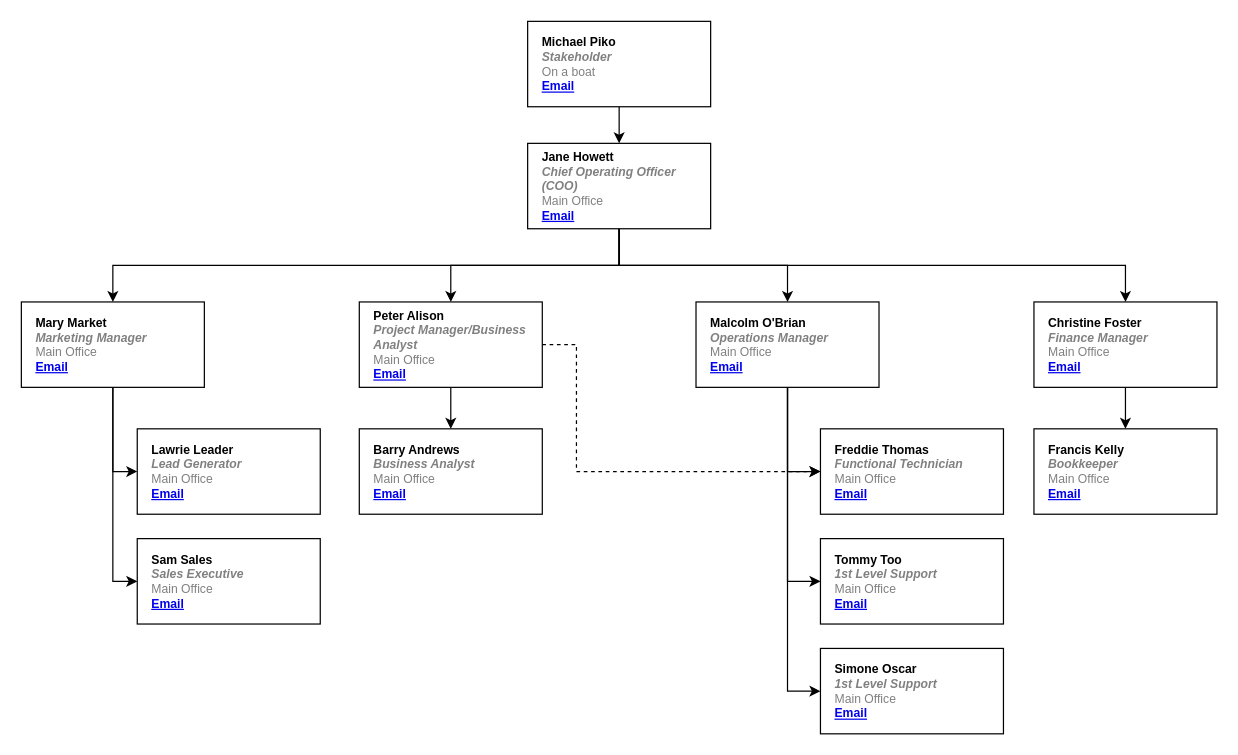
Above: page "Current Org Chart" (1 of 3) of 3. Organisational Chart.drawio in mpiko/cyder3.0 (draw.io), before the change. Source tidied: cells renumbered, new cells numbered last; positions are measured from the earlier drawing's top-left corner, leaving out a move shared by most shapes. Both pictures are drawn from the tidied source at 122%, with x=0, y=0 at pixel (21, 21).
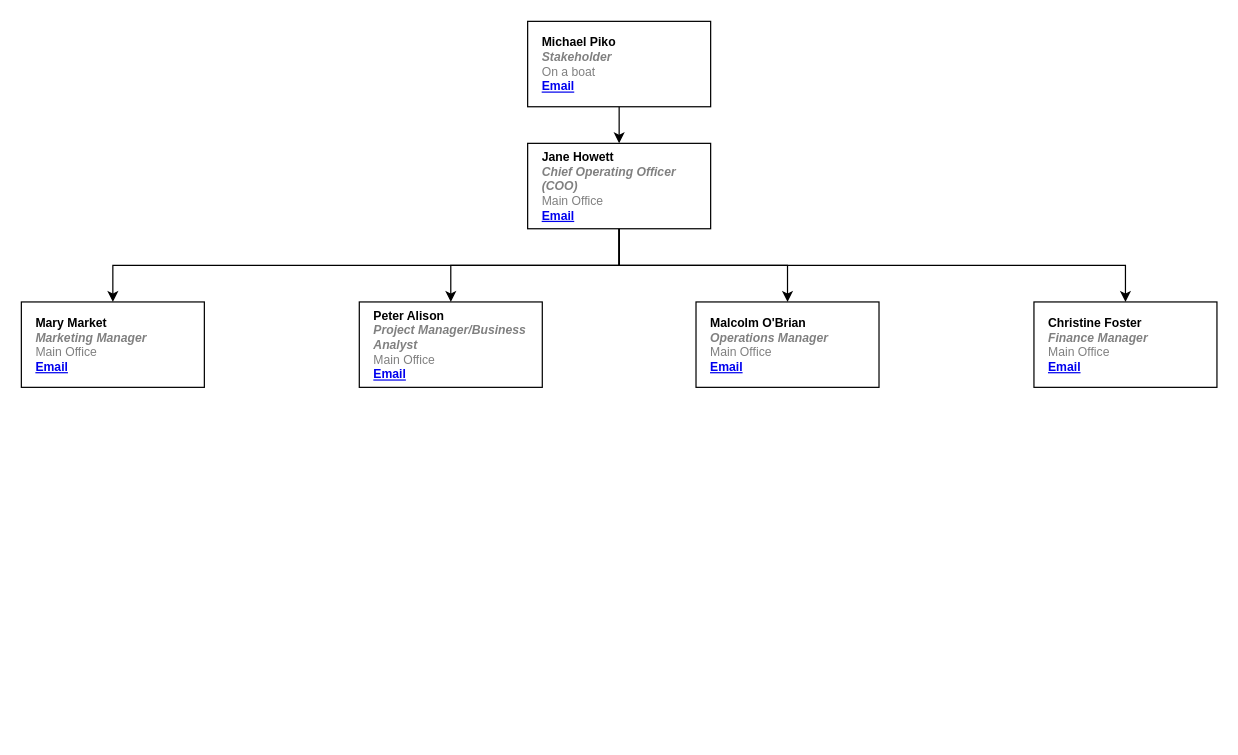
Above is the later version.

Commit message (it also covers changes not shown here):
Automated sync:  D ".$3. Organisational Chart.drawio.dtmp"  M "3. Organisational Chart.drawio" ?? ".$3. Organisational Chart.drawio.bkp"

The edit, as a diff of the source:
```diff
@@
-    <mxCell id="9" style="edgeStyle=orthogonalEdgeStyle;rounded=0;jettySize=auto;html=1;fontSize=10;entryX=0;entryY=0.5;entryDx=0;entryDy=0;" parent="1" edge="1" source="11" target="18">
-      <mxGeometry relative="1" as="geometry" />
-    </mxCell>
-    <mxCell id="10" style="edgeStyle=orthogonalEdgeStyle;rounded=0;jettySize=auto;html=1;fontSize=10;entryX=0;entryY=0.5;entryDx=0;entryDy=0;" parent="1" edge="1" source="11" target="19">
-      <mxGeometry relative="1" as="geometry" />
-    </mxCell>
     <object id="11" label="%name%&lt;br style=&quot;font-size: 10px;&quot;&gt;&lt;i style=&quot;color: gray; font-size: 10px;&quot;&gt;%position%&lt;/i&gt;&lt;div style=&quot;font-size: 10px;&quot;&gt;&lt;font style=&quot;font-size: 10px;&quot; color=&quot;#808080&quot;&gt;&lt;span style=&quot;font-weight: normal; font-size: 10px;&quot;&gt;%location%&lt;/span&gt;&lt;br style=&quot;font-size: 10px;&quot;&gt;&lt;/font&gt;&lt;a style=&quot;font-size: 10px;&quot; href=&quot;mailto:%email%&quot;&gt;Email&lt;/a&gt;&lt;/div&gt;" email="marketing@cyder.com.au" location="Main Office" name="Mary Market" placeholders="1" position="Marketing Manager">
-      <mxCell style="label;whiteSpace=wrap;html=1;rounded=0;glass=0;spacingLeft=10;fontSize=10;" parent="1" vertex="1">
+      <mxCell style="label;whiteSpace=wrap;html=1;rounded=0;glass=0;spacingLeft=10;fontSize=10;" parent="1" vertex="1" collapsed="1">
         <mxGeometry y="230" width="150" height="70" as="geometry" />
       </mxCell>
     </object>
-    <mxCell id="12" style="edgeStyle=orthogonalEdgeStyle;rounded=0;jettySize=auto;html=1;exitX=0.5;exitY=1;exitDx=0;exitDy=0;fontSize=10;entryX=0;entryY=0.5;entryDx=0;entryDy=0;" parent="1" edge="1" source="15" target="23">
-      <mxGeometry relative="1" as="geometry" />
-    </mxCell>
-    <mxCell id="13" style="edgeStyle=orthogonalEdgeStyle;rounded=0;jettySize=auto;html=1;fontSize=10;entryX=0;entryY=0.5;entryDx=0;entryDy=0;" parent="1" edge="1" source="15" target="24">
-      <mxGeometry relative="1" as="geometry" />
-    </mxCell>
-    <mxCell id="14" style="edgeStyle=orthogonalEdgeStyle;rounded=0;jettySize=auto;html=1;fontSize=10;exitX=0.5;exitY=1;exitDx=0;exitDy=0;entryX=0;entryY=0.5;entryDx=0;entryDy=0;" parent="1" edge="1" source="15" target="25">
-      <mxGeometry relative="1" as="geometry" />
-    </mxCell>
     <object id="15" label="%name%&lt;br style=&quot;font-size: 10px;&quot;&gt;&lt;i style=&quot;color: gray; font-size: 10px;&quot;&gt;%position%&lt;/i&gt;&lt;div style=&quot;font-size: 10px;&quot;&gt;&lt;font style=&quot;font-size: 10px;&quot; color=&quot;#808080&quot;&gt;&lt;span style=&quot;font-weight: normal; font-size: 10px;&quot;&gt;%location%&lt;/span&gt;&lt;br style=&quot;font-size: 10px;&quot;&gt;&lt;/font&gt;&lt;a style=&quot;font-size: 10px;&quot; href=&quot;mailto:%email%&quot;&gt;Email&lt;/a&gt;&lt;/div&gt;" email="operations@cyder.com.au" location="Main Office" name="Malcolm O'Brian" placeholders="1" position="Operations Manager">
-      <mxCell style="label;whiteSpace=wrap;html=1;rounded=0;glass=0;spacingLeft=10;fontSize=10;" parent="1" vertex="1">
+      <mxCell style="label;whiteSpace=wrap;html=1;rounded=0;glass=0;spacingLeft=10;fontSize=10;" parent="1" vertex="1" collapsed="1">
         <mxGeometry x="553" y="230" width="150" height="70" as="geometry" />
       </mxCell>
     </object>
-    <mxCell id="16" style="edgeStyle=orthogonalEdgeStyle;rounded=0;jettySize=auto;html=1;" parent="1" edge="1" source="17" target="26">
-      <mxGeometry relative="1" as="geometry" />
-    </mxCell>
     <object id="17" label="%name%&lt;br style=&quot;font-size: 10px;&quot;&gt;&lt;i style=&quot;color: gray; font-size: 10px;&quot;&gt;%position%&lt;/i&gt;&lt;div style=&quot;font-size: 10px;&quot;&gt;&lt;font style=&quot;font-size: 10px;&quot; color=&quot;#808080&quot;&gt;&lt;span style=&quot;font-weight: normal; font-size: 10px;&quot;&gt;%location%&lt;/span&gt;&lt;br style=&quot;font-size: 10px;&quot;&gt;&lt;/font&gt;&lt;a style=&quot;font-size: 10px;&quot; href=&quot;mailto:%email%&quot;&gt;Email&lt;/a&gt;&lt;/div&gt;" email="finance@cyder.com.au" location="Main Office" name="Christine Foster" placeholders="1" position="Finance Manager">
-      <mxCell style="label;whiteSpace=wrap;html=1;rounded=0;glass=0;spacingLeft=10;fontSize=10;" parent="1" vertex="1">
+      <mxCell style="label;whiteSpace=wrap;html=1;rounded=0;glass=0;spacingLeft=10;fontSize=10;" parent="1" vertex="1" collapsed="1">
         <mxGeometry x="830" y="230" width="150" height="70" as="geometry" />
       </mxCell>
     </object>
-    <object id="18" label="%name%&lt;br style=&quot;font-size: 10px;&quot;&gt;&lt;i style=&quot;color: gray; font-size: 10px;&quot;&gt;%position%&lt;/i&gt;&lt;div style=&quot;font-size: 10px;&quot;&gt;&lt;font style=&quot;font-size: 10px;&quot; color=&quot;#808080&quot;&gt;&lt;span style=&quot;font-weight: normal; font-size: 10px;&quot;&gt;%location%&lt;/span&gt;&lt;br style=&quot;font-size: 10px;&quot;&gt;&lt;/font&gt;&lt;a style=&quot;font-size: 10px;&quot; href=&quot;mailto:%email%&quot;&gt;Email&lt;/a&gt;&lt;/div&gt;" email="sales@cyder.com.au" location="Main Office" name="Sam Sales" placeholders="1" position="Sales Executive">
-      <mxCell style="label;whiteSpace=wrap;html=1;rounded=0;glass=0;spacingLeft=10;fontSize=10;" parent="1" vertex="1">
-        <mxGeometry x="95" y="424" width="150" height="70" as="geometry" />
-      </mxCell>
-    </object>
-    <object id="19" label="%name%&lt;br style=&quot;font-size: 10px;&quot;&gt;&lt;i style=&quot;color: gray; font-size: 10px;&quot;&gt;%position%&lt;/i&gt;&lt;div style=&quot;font-size: 10px;&quot;&gt;&lt;font style=&quot;font-size: 10px;&quot; color=&quot;#808080&quot;&gt;&lt;span style=&quot;font-weight: normal; font-size: 10px;&quot;&gt;%location%&lt;/span&gt;&lt;br style=&quot;font-size: 10px;&quot;&gt;&lt;/font&gt;&lt;a style=&quot;font-size: 10px;&quot; href=&quot;mailto:%email%&quot;&gt;Email&lt;/a&gt;&lt;/div&gt;" email="lead@cyder.com.au" location="Main Office" name="Lawrie Leader" placeholders="1" position="Lead Generator">
-      <mxCell style="label;whiteSpace=wrap;html=1;rounded=0;glass=0;spacingLeft=10;fontSize=10;" parent="1" vertex="1">
-        <mxGeometry x="95" y="334" width="150" height="70" as="geometry" />
-      </mxCell>
-    </object>
-    <mxCell id="20" style="edgeStyle=orthogonalEdgeStyle;rounded=0;jettySize=auto;html=1;" parent="1" edge="1" source="22" target="27">
-      <mxGeometry relative="1" as="geometry" />
-    </mxCell>
-    <mxCell id="21" style="edgeStyle=orthogonalEdgeStyle;rounded=0;jettySize=auto;html=1;exitX=1;exitY=0.5;exitDx=0;exitDy=0;entryX=0;entryY=0.5;entryDx=0;entryDy=0;dashed=1;" parent="1" edge="1" source="22" target="25">
-      <mxGeometry relative="1" as="geometry">
-        <Array as="points">
-          <mxPoint x="455" y="265" />
-          <mxPoint x="455" y="369" />
-        </Array>
-      </mxGeometry>
-    </mxCell>
     <object id="22" label="%name%&lt;br style=&quot;font-size: 10px;&quot;&gt;&lt;i style=&quot;color: gray; font-size: 10px;&quot;&gt;%position%&lt;/i&gt;&lt;div style=&quot;font-size: 10px;&quot;&gt;&lt;font style=&quot;font-size: 10px;&quot; color=&quot;#808080&quot;&gt;&lt;span style=&quot;font-weight: normal; font-size: 10px;&quot;&gt;%location%&lt;/span&gt;&lt;br style=&quot;font-size: 10px;&quot;&gt;&lt;/font&gt;&lt;a style=&quot;font-size: 10px;&quot; href=&quot;mailto:%email%&quot;&gt;Email&lt;/a&gt;&lt;/div&gt;" email="projects@cyder.com.au" location="Main Office" name="Peter Alison" placeholders="1" position="Project Manager/Business Analyst">
-      <mxCell style="label;whiteSpace=wrap;html=1;rounded=0;glass=0;spacingLeft=10;fontSize=10;" parent="1" vertex="1">
+      <mxCell style="label;whiteSpace=wrap;html=1;rounded=0;glass=0;spacingLeft=10;fontSize=10;" parent="1" vertex="1" collapsed="1">
         <mxGeometry x="277" y="230" width="150" height="70" as="geometry" />
       </mxCell>
     </object>
-    <object id="23" label="%name%&lt;br style=&quot;font-size: 10px;&quot;&gt;&lt;i style=&quot;color: gray; font-size: 10px;&quot;&gt;%position%&lt;/i&gt;&lt;div style=&quot;font-size: 10px;&quot;&gt;&lt;font style=&quot;font-size: 10px;&quot; color=&quot;#808080&quot;&gt;&lt;span style=&quot;font-weight: normal; font-size: 10px;&quot;&gt;%location%&lt;/span&gt;&lt;br style=&quot;font-size: 10px;&quot;&gt;&lt;/font&gt;&lt;a style=&quot;font-size: 10px;&quot; href=&quot;mailto:%email%&quot;&gt;Email&lt;/a&gt;&lt;/div&gt;" email="support@cyder.com.au" location="Main Office" name="Simone Oscar" placeholders="1" position="1st Level Support">
-      <mxCell style="label;whiteSpace=wrap;html=1;rounded=0;glass=0;spacingLeft=10;fontSize=10;" parent="1" vertex="1">
-        <mxGeometry x="655" y="514" width="150" height="70" as="geometry" />
-      </mxCell>
-    </object>
-    <object id="24" label="%name%&lt;br style=&quot;font-size: 10px;&quot;&gt;&lt;i style=&quot;color: gray; font-size: 10px;&quot;&gt;%position%&lt;/i&gt;&lt;div style=&quot;font-size: 10px;&quot;&gt;&lt;font style=&quot;font-size: 10px;&quot; color=&quot;#808080&quot;&gt;&lt;span style=&quot;font-weight: normal; font-size: 10px;&quot;&gt;%location%&lt;/span&gt;&lt;br style=&quot;font-size: 10px;&quot;&gt;&lt;/font&gt;&lt;a style=&quot;font-size: 10px;&quot; href=&quot;mailto:%email%&quot;&gt;Email&lt;/a&gt;&lt;/div&gt;" email="tech@cyder.com.au" location="Main Office" name="Tommy Too" placeholders="1" position="1st Level Support">
-      <mxCell style="label;whiteSpace=wrap;html=1;rounded=0;glass=0;spacingLeft=10;fontSize=10;" parent="1" vertex="1">
-        <mxGeometry x="655" y="424" width="150" height="70" as="geometry" />
-      </mxCell>
-    </object>
-    <object id="25" label="%name%&lt;br style=&quot;font-size: 10px;&quot;&gt;&lt;i style=&quot;color: gray; font-size: 10px;&quot;&gt;%position%&lt;/i&gt;&lt;div style=&quot;font-size: 10px;&quot;&gt;&lt;font style=&quot;font-size: 10px;&quot; color=&quot;#808080&quot;&gt;&lt;span style=&quot;font-weight: normal; font-size: 10px;&quot;&gt;%location%&lt;/span&gt;&lt;br style=&quot;font-size: 10px;&quot;&gt;&lt;/font&gt;&lt;a style=&quot;font-size: 10px;&quot; href=&quot;mailto:%email%&quot;&gt;Email&lt;/a&gt;&lt;/div&gt;" email="functional@cyder.com.au" location="Main Office" name="Freddie Thomas" placeholders="1" position="Functional Technician">
-      <mxCell style="label;whiteSpace=wrap;html=1;rounded=0;glass=0;spacingLeft=10;fontSize=10;" parent="1" vertex="1">
-        <mxGeometry x="655" y="334" width="150" height="70" as="geometry" />
-      </mxCell>
-    </object>
-    <object id="26" label="%name%&lt;br style=&quot;font-size: 10px;&quot;&gt;&lt;i style=&quot;color: gray; font-size: 10px;&quot;&gt;%position%&lt;/i&gt;&lt;div style=&quot;font-size: 10px;&quot;&gt;&lt;font style=&quot;font-size: 10px;&quot; color=&quot;#808080&quot;&gt;&lt;span style=&quot;font-weight: normal; font-size: 10px;&quot;&gt;%location%&lt;/span&gt;&lt;br style=&quot;font-size: 10px;&quot;&gt;&lt;/font&gt;&lt;a style=&quot;font-size: 10px;&quot; href=&quot;mailto:%email%&quot;&gt;Email&lt;/a&gt;&lt;/div&gt;" email="accounts@cyder.com.au" location="Main Office" name="Francis Kelly" placeholders="1" position="Bookkeeper">
-      <mxCell style="label;whiteSpace=wrap;html=1;rounded=0;glass=0;spacingLeft=10;fontSize=10;" parent="1" vertex="1">
-        <mxGeometry x="830" y="334" width="150" height="70" as="geometry" />
-      </mxCell>
-    </object>
-    <object id="27" label="%name%&lt;br style=&quot;font-size: 10px;&quot;&gt;&lt;i style=&quot;color: gray; font-size: 10px;&quot;&gt;%position%&lt;/i&gt;&lt;div style=&quot;font-size: 10px;&quot;&gt;&lt;font style=&quot;font-size: 10px;&quot; color=&quot;#808080&quot;&gt;&lt;span style=&quot;font-weight: normal; font-size: 10px;&quot;&gt;%location%&lt;/span&gt;&lt;br style=&quot;font-size: 10px;&quot;&gt;&lt;/font&gt;&lt;a style=&quot;font-size: 10px;&quot; href=&quot;mailto:%email%&quot;&gt;Email&lt;/a&gt;&lt;/div&gt;" email="analyst@cyder.com.au" location="Main Office" name="Barry Andrews" placeholders="1" position="Business Analyst">
-      <mxCell style="label;whiteSpace=wrap;html=1;rounded=0;glass=0;spacingLeft=10;fontSize=10;" parent="1" vertex="1">
-        <mxGeometry x="277" y="334" width="150" height="70" as="geometry" />
-      </mxCell>
-    </object>
```
